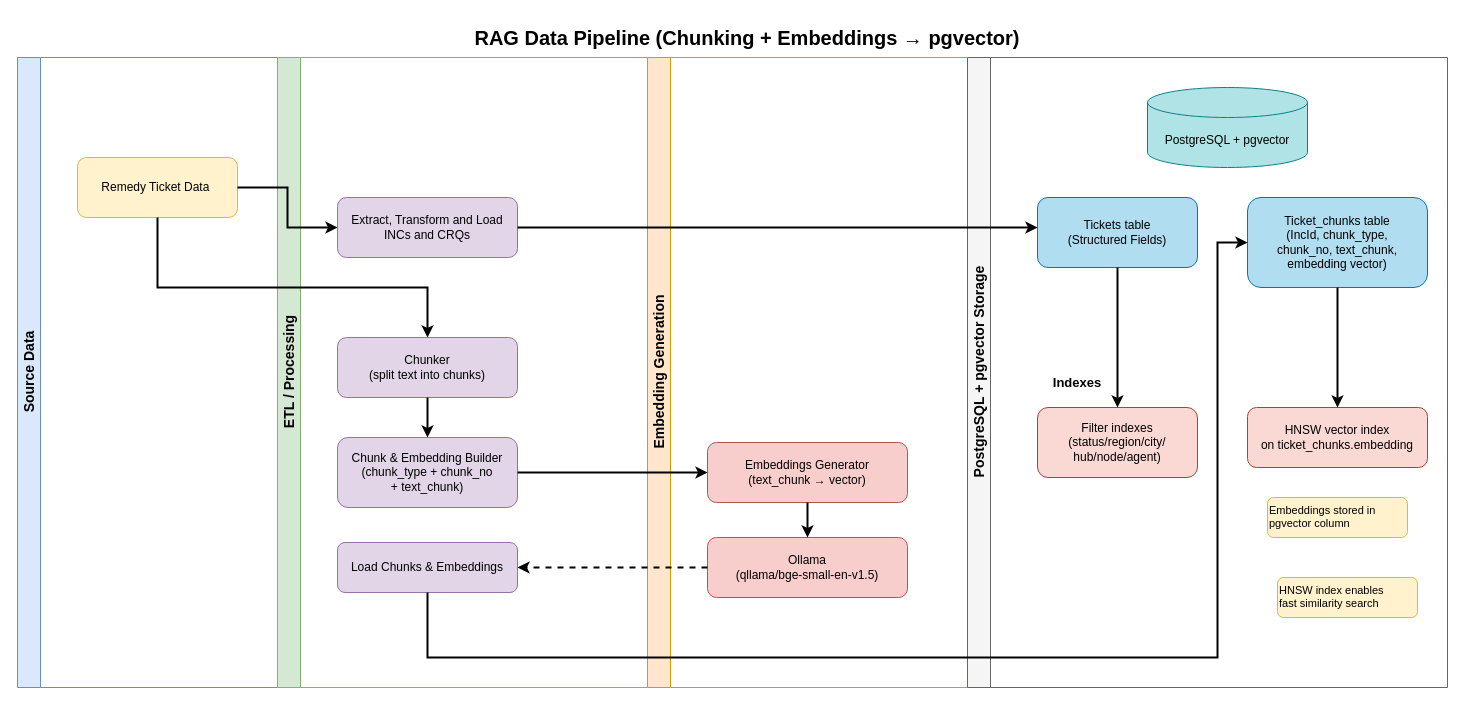
The draw.io diagram page "RAG_Pipeline" (1 of 2) of docs/GenAI_RAG.drawio in satheeshkumart50/GenAI_RAG_Ticket_Intelligence, before the edit. Source tidied: cells renumbered, new cells numbered last; positions are measured from the earlier drawing's top-left corner, leaving out a move shared by most shapes. Both pictures are drawn from the tidied source at 100%, with x=0, y=0 at pixel (17, 17).
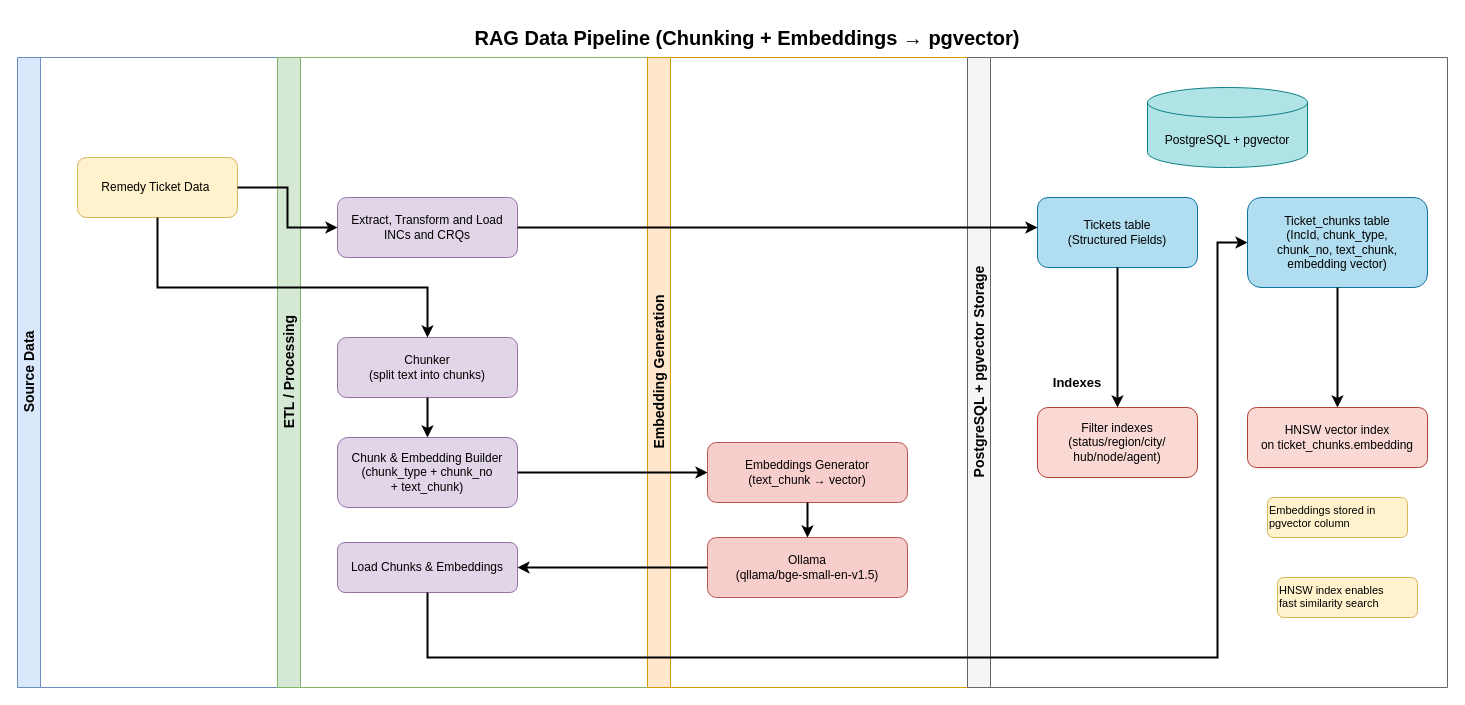
The same diagram, later.

Unchanged cells that the change refers to:
```xml
<mxCell id="9" value="Load Chunks &amp;amp; Embeddings" style="rounded=1;whiteSpace=wrap;html=1;fillColor=#e1d5e7;strokeColor=#9673a6;" parent="5" vertex="1">
  <mxGeometry x="60" y="485" width="180" height="50" as="geometry" />
</mxCell>
<mxCell id="13" value="Ollama&#10;(qllama/bge-small-en-v1.5)" style="rounded=1;whiteSpace=wrap;html=1;fillColor=#f8cecc;strokeColor=#b85450;" parent="11" vertex="1">
  <mxGeometry x="60" y="480" width="200" height="60" as="geometry" />
</mxCell>
```

What changed in the source:
```diff
@@
-    <mxCell id="31" style="endArrow=classic;html=1;rounded=0;exitX=0;exitY=0.5;exitDx=0;exitDy=0;entryX=1;entryY=0.5;entryDx=0;entryDy=0;strokeWidth=2;dashed=1;" parent="1" edge="1" source="13" target="9">
+    <mxCell id="31" style="edgeStyle=orthogonalEdgeStyle;rounded=0;jettySize=auto;html=1;strokeWidth=2;" parent="1" edge="1" source="13" target="9">
       <mxGeometry relative="1" as="geometry" />
     </mxCell>
```
